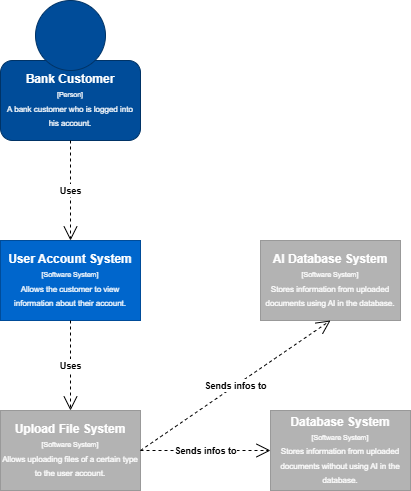
AlexBaam/IP-Project-Module2-AI-Implementation keeps this draw.io diagram as Diagrame/C4 Diagram - Level 1.drawio.png. Above is the earlier version. Source tidied: cells renumbered, new cells last; positions are measured from the earlier drawing's top-left corner, leaving out a move shared by most shapes. Its diagram source:
```xml
<mxGraphModel>
  <root>
    <mxCell id="0" />
    <mxCell id="1" parent="0" />
    <mxCell id="2" value="&lt;b&gt;Bank Customer&lt;/b&gt;&lt;div&gt;&lt;font style=&quot;font-size: 7px;&quot;&gt;[Person]&lt;/font&gt;&lt;/div&gt;&lt;div&gt;&lt;font style=&quot;font-size: 8px;&quot;&gt;A bank customer who is logged into his account.&lt;/font&gt;&lt;/div&gt;" style="rounded=1;whiteSpace=wrap;html=1;fillColor=light-dark(#004C99,#6DB2FF);fontColor=#ffffff;strokeColor=#003366;" parent="1" vertex="1">
      <mxGeometry y="60" width="140" height="80" as="geometry" />
    </mxCell>
    <mxCell id="3" style="ellipse;whiteSpace=wrap;html=1;fillColor=#004C99;fontColor=#ffffff;strokeColor=#003366;" parent="1" vertex="1">
      <mxGeometry x="35" width="70" height="70" as="geometry" />
    </mxCell>
    <mxCell id="4" value="&lt;b&gt;Upload File System&lt;/b&gt;&lt;div style=&quot;padding-bottom: 0px;&quot;&gt;&lt;font style=&quot;font-size: 7px;&quot;&gt;[Software System]&lt;/font&gt;&lt;/div&gt;&lt;div&gt;&lt;font style=&quot;font-size: 8px;&quot;&gt;Allows uploading files of a certain type to the user account.&lt;/font&gt;&lt;/div&gt;" style="rounded=0;whiteSpace=wrap;html=1;fillColor=#B3B3B3;fontColor=#ffffff;strokeColor=#999999;" parent="1" vertex="1">
      <mxGeometry y="410" width="140" height="80" as="geometry" />
    </mxCell>
    <mxCell id="5" value="&lt;font style=&quot;font-size: 9px;&quot;&gt;&lt;b&gt;Uses&lt;/b&gt;&lt;/font&gt;" style="endArrow=open;endSize=12;dashed=1;html=1;rounded=0;entryX=0.5;entryY=0;entryDx=0;entryDy=0;exitX=0.5;exitY=1;exitDx=0;exitDy=0;" parent="1" edge="1" source="2" target="6">
      <mxGeometry relative="1" as="geometry" />
    </mxCell>
    <mxCell id="6" value="&lt;b&gt;&lt;font style=&quot;color: rgb(255, 255, 255);&quot;&gt;User Account System&lt;/font&gt;&lt;/b&gt;&lt;div&gt;&lt;font style=&quot;color: rgb(255, 255, 255); font-size: 7px;&quot;&gt;[Software System]&lt;/font&gt;&lt;/div&gt;&lt;div&gt;&lt;font style=&quot;color: rgb(255, 255, 255);&quot;&gt;&lt;font style=&quot;font-size: 8px;&quot; color=&quot;#ffffff&quot;&gt;Allows the customer to view information about their account.&lt;/font&gt;&lt;/font&gt;&lt;/div&gt;" style="rounded=0;whiteSpace=wrap;html=1;fillColor=#0066CC;fontColor=#333333;strokeColor=#004C99;" parent="1" vertex="1">
      <mxGeometry y="240" width="140" height="80" as="geometry" />
    </mxCell>
    <mxCell id="7" value="&lt;font style=&quot;font-size: 9px;&quot;&gt;&lt;b&gt;Uses&lt;/b&gt;&lt;/font&gt;" style="endArrow=open;endSize=12;dashed=1;html=1;rounded=0;exitX=0.5;exitY=1;exitDx=0;exitDy=0;entryX=0.5;entryY=0;entryDx=0;entryDy=0;" parent="1" edge="1" source="6" target="4">
      <mxGeometry relative="1" as="geometry" />
    </mxCell>
    <mxCell id="8" value="&lt;b&gt;AI Database System&lt;/b&gt;&lt;div style=&quot;padding-bottom: 0px;&quot;&gt;&lt;font style=&quot;font-size: 7px;&quot;&gt;[Software System]&lt;/font&gt;&lt;/div&gt;&lt;div&gt;&lt;font style=&quot;font-size: 8px;&quot;&gt;Stores information from uploaded documents using AI in the database.&lt;/font&gt;&lt;/div&gt;" style="rounded=0;whiteSpace=wrap;html=1;fillColor=#B3B3B3;fontColor=#ffffff;strokeColor=#999999;" parent="1" vertex="1">
      <mxGeometry x="260" y="240" width="140" height="80" as="geometry" />
    </mxCell>
    <mxCell id="9" value="&lt;b&gt;Database System&lt;/b&gt;&lt;div style=&quot;padding-bottom: 0px;&quot;&gt;&lt;font style=&quot;font-size: 7px;&quot;&gt;[Software System]&lt;/font&gt;&lt;/div&gt;&lt;div&gt;&lt;font style=&quot;font-size: 8px;&quot;&gt;Stores information from uploaded documents without using AI in the database.&lt;/font&gt;&lt;/div&gt;" style="rounded=0;whiteSpace=wrap;html=1;fillColor=#B3B3B3;fontColor=#ffffff;strokeColor=#999999;" parent="1" vertex="1">
      <mxGeometry x="270" y="410" width="140" height="80" as="geometry" />
    </mxCell>
    <mxCell id="10" value="&lt;font style=&quot;font-size: 9px;&quot;&gt;&lt;b&gt;Sends infos to&lt;/b&gt;&lt;/font&gt;" style="endArrow=open;endSize=12;dashed=1;html=1;rounded=0;exitX=1;exitY=0.5;exitDx=0;exitDy=0;entryX=0;entryY=0.5;entryDx=0;entryDy=0;" parent="1" edge="1" source="4" target="9">
      <mxGeometry relative="1" as="geometry" />
    </mxCell>
    <mxCell id="11" value="&lt;font style=&quot;font-size: 9px;&quot;&gt;&lt;b&gt;Sends infos to&lt;/b&gt;&lt;/font&gt;" style="endArrow=open;endSize=12;dashed=1;html=1;rounded=0;entryX=0.5;entryY=1;entryDx=0;entryDy=0;exitX=1;exitY=0.5;exitDx=0;exitDy=0;" parent="1" edge="1" source="4" target="8">
      <mxGeometry relative="1" as="geometry" />
    </mxCell>
  </root>
</mxGraphModel>
```
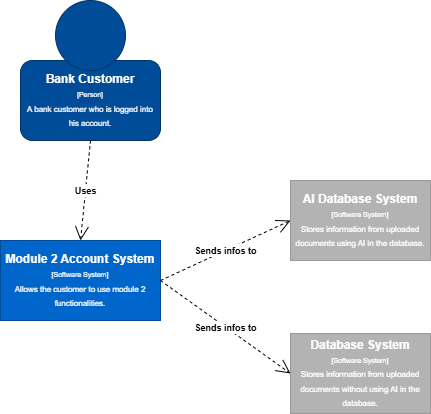
The same diagram one commit later.

The edit, as a diff of the source:
```diff
@@ -3,33 +3,27 @@
     <mxCell id="0" />
     <mxCell id="1" parent="0" />
     <mxCell id="2" value="&lt;b&gt;Bank Customer&lt;/b&gt;&lt;div&gt;&lt;font style=&quot;font-size: 7px;&quot;&gt;[Person]&lt;/font&gt;&lt;/div&gt;&lt;div&gt;&lt;font style=&quot;font-size: 8px;&quot;&gt;A bank customer who is logged into his account.&lt;/font&gt;&lt;/div&gt;" style="rounded=1;whiteSpace=wrap;html=1;fillColor=light-dark(#004C99,#6DB2FF);fontColor=#ffffff;strokeColor=#003366;" parent="1" vertex="1">
-      <mxGeometry y="60" width="140" height="80" as="geometry" />
+      <mxGeometry x="-10" y="-10" width="140" height="80" as="geometry" />
     </mxCell>
     <mxCell id="3" style="ellipse;whiteSpace=wrap;html=1;fillColor=#004C99;fontColor=#ffffff;strokeColor=#003366;" parent="1" vertex="1">
-      <mxGeometry x="35" width="70" height="70" as="geometry" />
+      <mxGeometry x="25" y="-70" width="70" height="70" as="geometry" />
     </mxCell>
-    <mxCell id="4" value="&lt;b&gt;Upload File System&lt;/b&gt;&lt;div style=&quot;padding-bottom: 0px;&quot;&gt;&lt;font style=&quot;font-size: 7px;&quot;&gt;[Software System]&lt;/font&gt;&lt;/div&gt;&lt;div&gt;&lt;font style=&quot;font-size: 8px;&quot;&gt;Allows uploading files of a certain type to the user account.&lt;/font&gt;&lt;/div&gt;" style="rounded=0;whiteSpace=wrap;html=1;fillColor=#B3B3B3;fontColor=#ffffff;strokeColor=#999999;" parent="1" vertex="1">
-      <mxGeometry y="410" width="140" height="80" as="geometry" />
-    </mxCell>
     <mxCell id="5" value="&lt;font style=&quot;font-size: 9px;&quot;&gt;&lt;b&gt;Uses&lt;/b&gt;&lt;/font&gt;" style="endArrow=open;endSize=12;dashed=1;html=1;rounded=0;entryX=0.5;entryY=0;entryDx=0;entryDy=0;exitX=0.5;exitY=1;exitDx=0;exitDy=0;" parent="1" edge="1" source="2" target="6">
       <mxGeometry relative="1" as="geometry" />
     </mxCell>
-    <mxCell id="6" value="&lt;b&gt;&lt;font style=&quot;color: rgb(255, 255, 255);&quot;&gt;User Account System&lt;/font&gt;&lt;/b&gt;&lt;div&gt;&lt;font style=&quot;color: rgb(255, 255, 255); font-size: 7px;&quot;&gt;[Software System]&lt;/font&gt;&lt;/div&gt;&lt;div&gt;&lt;font style=&quot;color: rgb(255, 255, 255);&quot;&gt;&lt;font style=&quot;font-size: 8px;&quot; color=&quot;#ffffff&quot;&gt;Allows the customer to view information about their account.&lt;/font&gt;&lt;/font&gt;&lt;/div&gt;" style="rounded=0;whiteSpace=wrap;html=1;fillColor=#0066CC;fontColor=#333333;strokeColor=#004C99;" parent="1" vertex="1">
-      <mxGeometry y="240" width="140" height="80" as="geometry" />
+    <mxCell id="6" value="&lt;b&gt;&lt;font style=&quot;color: rgb(255, 255, 255);&quot;&gt;Module 2 Account System&lt;/font&gt;&lt;/b&gt;&lt;div&gt;&lt;font style=&quot;color: rgb(255, 255, 255); font-size: 7px;&quot;&gt;[Software System]&lt;/font&gt;&lt;/div&gt;&lt;div&gt;&lt;font style=&quot;color: rgb(255, 255, 255);&quot;&gt;&lt;font style=&quot;font-size: 8px;&quot; color=&quot;#ffffff&quot;&gt;Allows the customer to use module 2 functionalities.&lt;/font&gt;&lt;/font&gt;&lt;/div&gt;" style="rounded=0;whiteSpace=wrap;html=1;fillColor=#0066CC;fontColor=#333333;strokeColor=#004C99;" parent="1" vertex="1">
+      <mxGeometry x="-30" y="170" width="160" height="80" as="geometry" />
     </mxCell>
-    <mxCell id="7" value="&lt;font style=&quot;font-size: 9px;&quot;&gt;&lt;b&gt;Uses&lt;/b&gt;&lt;/font&gt;" style="endArrow=open;endSize=12;dashed=1;html=1;rounded=0;exitX=0.5;exitY=1;exitDx=0;exitDy=0;entryX=0.5;entryY=0;entryDx=0;entryDy=0;" parent="1" edge="1" source="6" target="4">
-      <mxGeometry relative="1" as="geometry" />
-    </mxCell>
     <mxCell id="8" value="&lt;b&gt;AI Database System&lt;/b&gt;&lt;div style=&quot;padding-bottom: 0px;&quot;&gt;&lt;font style=&quot;font-size: 7px;&quot;&gt;[Software System]&lt;/font&gt;&lt;/div&gt;&lt;div&gt;&lt;font style=&quot;font-size: 8px;&quot;&gt;Stores information from uploaded documents using AI in the database.&lt;/font&gt;&lt;/div&gt;" style="rounded=0;whiteSpace=wrap;html=1;fillColor=#B3B3B3;fontColor=#ffffff;strokeColor=#999999;" parent="1" vertex="1">
-      <mxGeometry x="260" y="240" width="140" height="80" as="geometry" />
+      <mxGeometry x="260" y="110" width="140" height="80" as="geometry" />
     </mxCell>
     <mxCell id="9" value="&lt;b&gt;Database System&lt;/b&gt;&lt;div style=&quot;padding-bottom: 0px;&quot;&gt;&lt;font style=&quot;font-size: 7px;&quot;&gt;[Software System]&lt;/font&gt;&lt;/div&gt;&lt;div&gt;&lt;font style=&quot;font-size: 8px;&quot;&gt;Stores information from uploaded documents without using AI in the database.&lt;/font&gt;&lt;/div&gt;" style="rounded=0;whiteSpace=wrap;html=1;fillColor=#B3B3B3;fontColor=#ffffff;strokeColor=#999999;" parent="1" vertex="1">
-      <mxGeometry x="270" y="410" width="140" height="80" as="geometry" />
+      <mxGeometry x="260" y="263" width="140" height="80" as="geometry" />
     </mxCell>
-    <mxCell id="10" value="&lt;font style=&quot;font-size: 9px;&quot;&gt;&lt;b&gt;Sends infos to&lt;/b&gt;&lt;/font&gt;" style="endArrow=open;endSize=12;dashed=1;html=1;rounded=0;exitX=1;exitY=0.5;exitDx=0;exitDy=0;entryX=0;entryY=0.5;entryDx=0;entryDy=0;" parent="1" edge="1" source="4" target="9">
+    <mxCell id="10" value="&lt;font style=&quot;font-size: 9px;&quot;&gt;&lt;b&gt;Sends infos to&lt;/b&gt;&lt;/font&gt;" style="endArrow=open;endSize=12;dashed=1;html=1;rounded=0;entryX=0;entryY=0.5;entryDx=0;entryDy=0;exitX=1;exitY=0.5;exitDx=0;exitDy=0;" parent="1" edge="1" source="6" target="9">
       <mxGeometry relative="1" as="geometry" />
     </mxCell>
-    <mxCell id="11" value="&lt;font style=&quot;font-size: 9px;&quot;&gt;&lt;b&gt;Sends infos to&lt;/b&gt;&lt;/font&gt;" style="endArrow=open;endSize=12;dashed=1;html=1;rounded=0;entryX=0.5;entryY=1;entryDx=0;entryDy=0;exitX=1;exitY=0.5;exitDx=0;exitDy=0;" parent="1" edge="1" source="4" target="8">
+    <mxCell id="11" value="&lt;font style=&quot;font-size: 9px;&quot;&gt;&lt;b&gt;Sends infos to&lt;/b&gt;&lt;/font&gt;" style="endArrow=open;endSize=12;dashed=1;html=1;rounded=0;entryX=0;entryY=0.5;entryDx=0;entryDy=0;exitX=1;exitY=0.5;exitDx=0;exitDy=0;" parent="1" edge="1" source="6" target="8">
       <mxGeometry relative="1" as="geometry" />
     </mxCell>
   </root>
```
